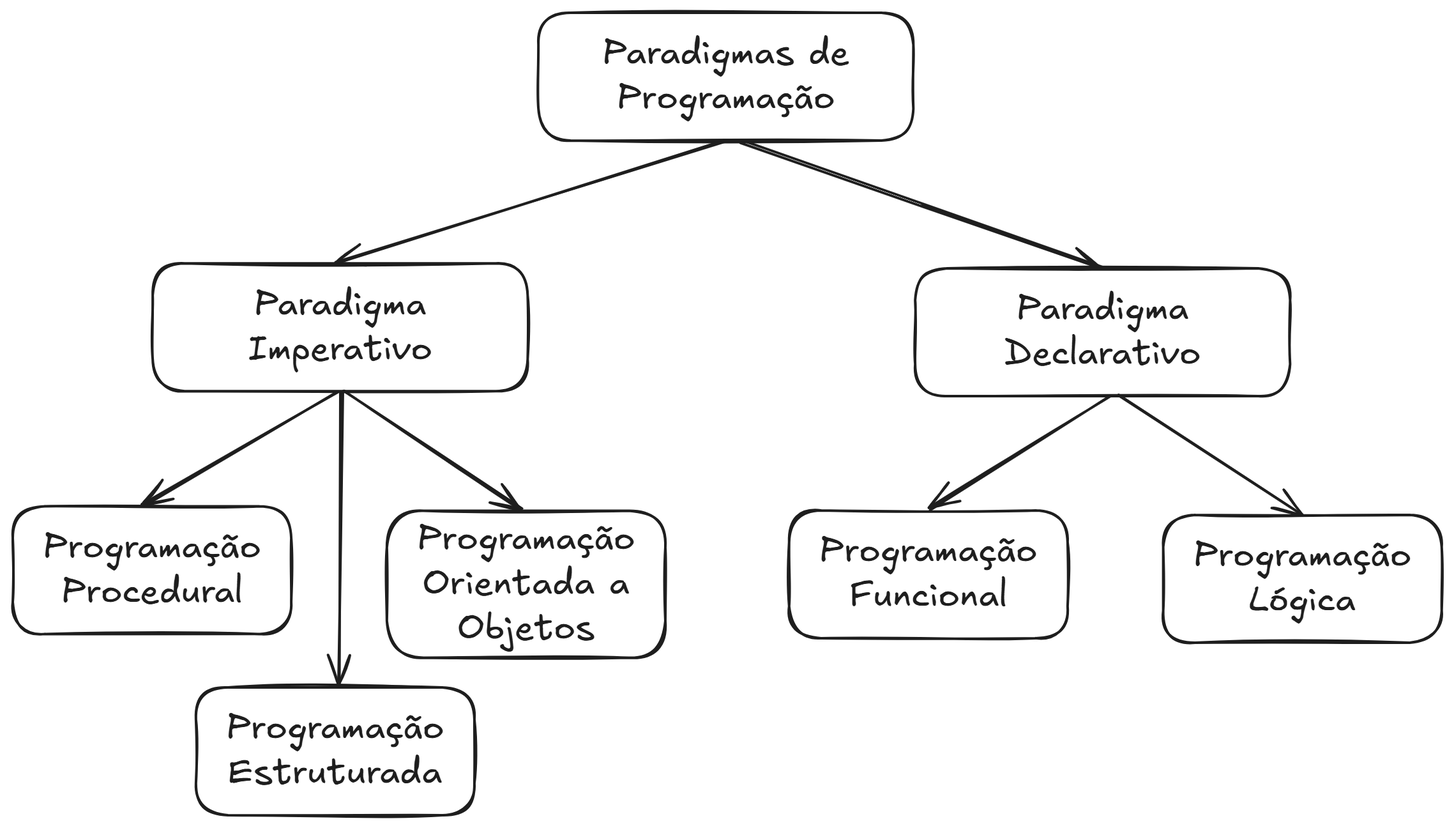
Earlier version of the Excalidraw export images/hierarquia_paradigmas.png (OverlineJunior/weave). Source tidied: one line per element, renumbered; positions are measured from the earlier drawing's top-left corner, leaving out a move shared by most shapes.
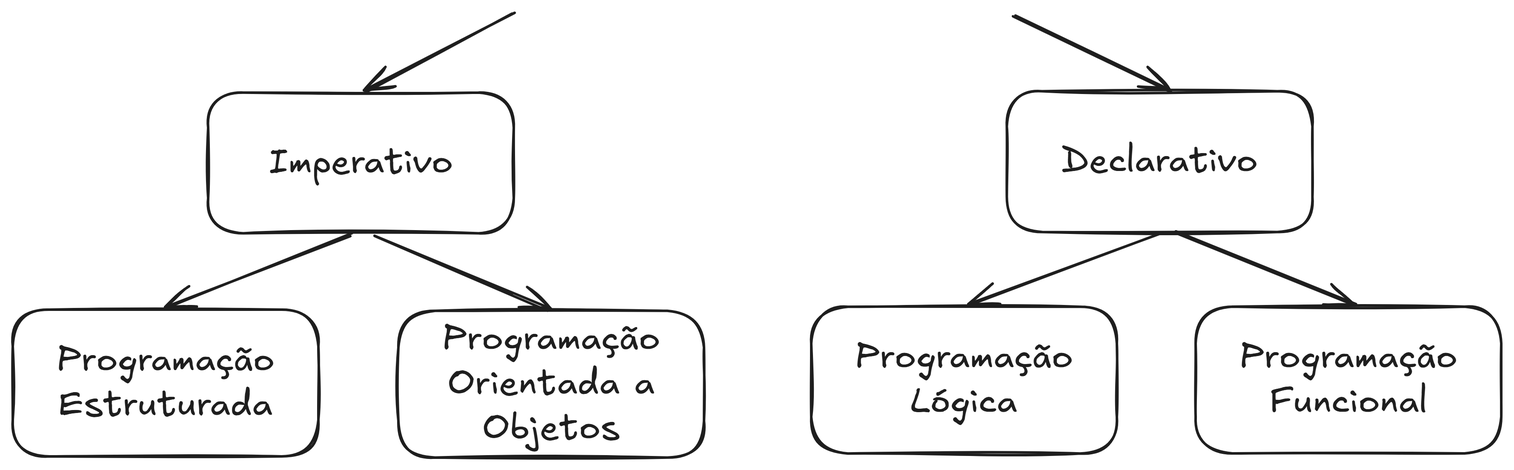
After the change.

What changed in the source:
```diff
@@ -1,23 +1,18 @@
-{"id": 0, "type": "rectangle", "strokeColor": "#1e1e1e", "strokeWidth": 2, "roughness": 1, "round": true, "x": 412, "y": 0, "width": 294, "height": 100}
-{"id": 1, "type": "text", "text": "Paradigmas de\nProgramação", "strokeColor": "#1e1e1e", "strokeWidth": 2, "roughness": 1, "fontSize": 28, "fontFamily": 5, "textAlign": "center", "verticalAlign": "middle", "inside": 0, "x": 462, "y": 15, "width": 193, "height": 70}
-{"id": 2, "type": "rectangle", "strokeColor": "#1e1e1e", "strokeWidth": 2, "roughness": 1, "round": true, "x": 110, "y": 196, "width": 294, "height": 100}
-{"id": 3, "type": "text", "text": "Paradigma\nImperativo", "strokeColor": "#1e1e1e", "strokeWidth": 2, "roughness": 1, "fontSize": 28, "fontFamily": 5, "textAlign": "center", "verticalAlign": "middle", "inside": 2, "x": 184, "y": 211, "width": 144, "height": 70}
-{"id": 4, "type": "rectangle", "strokeColor": "#1e1e1e", "strokeWidth": 2, "roughness": 1, "round": true, "x": 0, "y": 386, "width": 218, "height": 100}
-{"id": 5, "type": "text", "text": "Programação\nProcedural", "strokeColor": "#1e1e1e", "strokeWidth": 2, "roughness": 1, "fontSize": 28, "fontFamily": 5, "textAlign": "center", "verticalAlign": "middle", "inside": 4, "x": 24, "y": 401, "width": 171, "height": 70}
-{"id": 6, "type": "rectangle", "strokeColor": "#1e1e1e", "strokeWidth": 2, "roughness": 1, "round": true, "x": 608, "y": 389, "width": 218, "height": 100}
+{"id": 23, "type": "rectangle", "strokeColor": "#1e1e1e", "strokeWidth": 2, "roughness": 1, "round": true, "x": 1196, "y": -133, "width": 239, "height": 110}
+{"id": 24, "type": "text", "text": "Imperativo", "strokeColor": "#1e1e1e", "strokeWidth": 2, "roughness": 1, "fontSize": 28, "fontFamily": 5, "textAlign": "center", "verticalAlign": "middle", "inside": 23, "x": 1244, "y": -95, "width": 144, "height": 35}
+{"id": 25, "type": "rectangle", "strokeColor": "#1e1e1e", "strokeWidth": 2, "roughness": 1, "round": true, "x": 1345, "y": 38, "width": 239, "height": 115}
+{"id": 11, "type": "text", "text": "Programação\nOrientada a\nObjetos", "strokeColor": "#1e1e1e", "strokeWidth": 2, "roughness": 1, "fontSize": 28, "fontFamily": 5, "textAlign": "center", "verticalAlign": "middle", "inside": 25, "x": 1379, "y": 43, "width": 171, "height": 105}
+{"id": 26, "type": "rectangle", "strokeColor": "#1e1e1e", "strokeWidth": 2, "roughness": 1, "round": true, "x": 1969, "y": 35, "width": 239, "height": 115}
-{"id": 7, "type": "text", "text": "Programação\nFuncional", "strokeColor": "#1e1e1e", "strokeWidth": 2, "roughness": 1, "fontSize": 28, "fontFamily": 5, "textAlign": "center", "verticalAlign": "middle", "inside": 6, "x": 632, "y": 404, "width": 171, "height": 70}
+{"id": 7, "type": "text", "text": "Programação\nFuncional", "strokeColor": "#1e1e1e", "strokeWidth": 2, "roughness": 1, "fontSize": 28, "fontFamily": 5, "textAlign": "center", "verticalAlign": "middle", "inside": 26, "x": 2004, "y": 57, "width": 171, "height": 70}
-{"id": 8, "type": "rectangle", "strokeColor": "#1e1e1e", "strokeWidth": 2, "roughness": 1, "round": true, "x": 143, "y": 528, "width": 218, "height": 100}
+{"id": 27, "type": "rectangle", "strokeColor": "#1e1e1e", "strokeWidth": 2, "roughness": 1, "round": true, "x": 1668, "y": 35, "width": 239, "height": 115}
+{"id": 13, "type": "text", "text": "Programação\nLógica", "strokeColor": "#1e1e1e", "strokeWidth": 2, "roughness": 1, "fontSize": 28, "fontFamily": 5, "textAlign": "center", "verticalAlign": "middle", "inside": 27, "x": 1703, "y": 57, "width": 171, "height": 70}
+{"id": 28, "type": "rectangle", "strokeColor": "#1e1e1e", "strokeWidth": 2, "roughness": 1, "round": true, "x": 1043, "y": 37, "width": 239, "height": 115}
-{"id": 9, "type": "text", "text": "Programação\nEstruturada", "strokeColor": "#1e1e1e", "strokeWidth": 2, "roughness": 1, "fontSize": 28, "fontFamily": 5, "textAlign": "center", "verticalAlign": "middle", "inside": 8, "x": 167, "y": 543, "width": 171, "height": 70}
+{"id": 9, "type": "text", "text": "Programação\nEstruturada", "strokeColor": "#1e1e1e", "strokeWidth": 2, "roughness": 1, "fontSize": 28, "fontFamily": 5, "textAlign": "center", "verticalAlign": "middle", "inside": 28, "x": 1077, "y": 60, "width": 171, "height": 70}
-{"id": 10, "type": "rectangle", "strokeColor": "#1e1e1e", "strokeWidth": 2, "roughness": 1, "round": true, "x": 293, "y": 390, "width": 218, "height": 115}
-{"id": 11, "type": "text", "text": "Programação\nOrientada a\nObjetos", "strokeColor": "#1e1e1e", "strokeWidth": 2, "roughness": 1, "fontSize": 28, "fontFamily": 5, "textAlign": "center", "verticalAlign": "middle", "inside": 10, "x": 317, "y": 395, "width": 171, "height": 105}
-{"id": 12, "type": "rectangle", "strokeColor": "#1e1e1e", "strokeWidth": 2, "roughness": 1, "round": true, "x": 901, "y": 393, "width": 218, "height": 100}
-{"id": 13, "type": "text", "text": "Programação\nLógica", "strokeColor": "#1e1e1e", "strokeWidth": 2, "roughness": 1, "fontSize": 28, "fontFamily": 5, "textAlign": "center", "verticalAlign": "middle", "inside": 12, "x": 924, "y": 408, "width": 171, "height": 70}
-{"id": 14, "type": "rectangle", "strokeColor": "#1e1e1e", "strokeWidth": 2, "roughness": 1, "round": true, "x": 707, "y": 200, "width": 294, "height": 100}
-{"id": 15, "type": "text", "text": "Paradigma\nDeclarativo", "strokeColor": "#1e1e1e", "strokeWidth": 2, "roughness": 1, "fontSize": 28, "fontFamily": 5, "textAlign": "center", "verticalAlign": "middle", "inside": 14, "x": 776, "y": 215, "width": 154, "height": 70}
-{"id": 16, "type": "arrow", "strokeColor": "#1e1e1e", "strokeWidth": 2, "roughness": 1, "endArrowhead": "arrow", "round": true, "from": 0, "to": 2, "x": 558, "y": 100, "width": 305, "height": 95, "points": [[0, 0], [-305, 95]]}
-{"id": 17, "type": "arrow", "strokeColor": "#1e1e1e", "strokeWidth": 2, "roughness": 1, "endArrowhead": "arrow", "round": true, "from": 0, "to": 14, "x": 570, "y": 101, "width": 282, "height": 99, "points": [[0, 0], [282, 99]]}
-{"id": 18, "type": "arrow", "strokeColor": "#1e1e1e", "strokeWidth": 2, "roughness": 1, "endArrowhead": "arrow", "round": true, "from": 2, "to": 4, "x": 253, "y": 296, "width": 152, "height": 89, "points": [[0, 0], [-152, 89]]}
-{"id": 19, "type": "arrow", "strokeColor": "#1e1e1e", "strokeWidth": 2, "roughness": 1, "endArrowhead": "arrow", "round": true, "from": 2, "to": 10, "x": 260, "y": 296, "width": 139, "height": 92, "points": [[0, 0], [139, 92]]}
-{"id": 20, "type": "arrow", "strokeColor": "#1e1e1e", "strokeWidth": 2, "roughness": 1, "endArrowhead": "arrow", "round": true, "from": 2, "to": 8, "x": 257, "y": 296, "width": 1, "height": 231, "points": [[0, 0], [-1, 231]]}
-{"id": 21, "type": "arrow", "strokeColor": "#1e1e1e", "strokeWidth": 2, "roughness": 1, "endArrowhead": "arrow", "round": true, "from": 14, "to": 6, "x": 858, "y": 300, "width": 140, "height": 89, "points": [[0, 0], [-140, 89]]}
-{"id": 22, "type": "arrow", "strokeColor": "#1e1e1e", "strokeWidth": 2, "roughness": 1, "endArrowhead": "arrow", "round": true, "from": 14, "to": 12, "x": 866, "y": 301, "width": 143, "height": 92, "points": [[0, 0], [143, 92]]}
+{"id": 29, "type": "rectangle", "strokeColor": "#1e1e1e", "strokeWidth": 2, "roughness": 1, "round": true, "x": 1822, "y": -134, "width": 239, "height": 110}
+{"id": 30, "type": "text", "text": "Declarativo", "strokeColor": "#1e1e1e", "strokeWidth": 2, "roughness": 1, "fontSize": 28, "fontFamily": 5, "textAlign": "center", "verticalAlign": "middle", "inside": 29, "x": 1864, "y": -96, "width": 154, "height": 35}
+{"id": 31, "type": "arrow", "strokeColor": "#1e1e1e", "strokeWidth": 2, "roughness": 1, "endArrowhead": "arrow", "round": true, "from": 23, "to": 28, "x": 1308, "y": -22, "width": 147, "height": 59, "points": [[0, 0], [-147, 59]]}
+{"id": 32, "type": "arrow", "strokeColor": "#1e1e1e", "strokeWidth": 2, "roughness": 1, "endArrowhead": "arrow", "round": true, "from": 23, "to": 25, "x": 1327, "y": -21, "width": 136, "height": 58, "points": [[0, 0], [136, 58]]}
+{"id": 33, "type": "arrow", "strokeColor": "#1e1e1e", "strokeWidth": 2, "roughness": 1, "endArrowhead": "arrow", "round": true, "from": 29, "to": 27, "x": 1942, "y": -23, "width": 152, "height": 58, "points": [[0, 0], [-152, 58]]}
+{"id": 34, "type": "arrow", "strokeColor": "#1e1e1e", "strokeWidth": 2, "roughness": 1, "endArrowhead": "arrow", "round": true, "from": 29, "to": 26, "x": 1955, "y": -23, "width": 140, "height": 57, "points": [[0, 0], [140, 57]]}
+{"id": 35, "type": "arrow", "strokeColor": "#1e1e1e", "strokeWidth": 2, "roughness": 1, "endArrowhead": "arrow", "round": true, "to": 23, "x": 1434, "y": -196, "width": 117, "height": 63, "points": [[0, 0], [-117, 63]]}
+{"id": 36, "type": "arrow", "strokeColor": "#1e1e1e", "strokeWidth": 2, "roughness": 1, "endArrowhead": "arrow", "round": true, "to": 29, "x": 1827, "y": -194, "width": 123, "height": 60, "points": [[0, 0], [123, 60]]}
```
